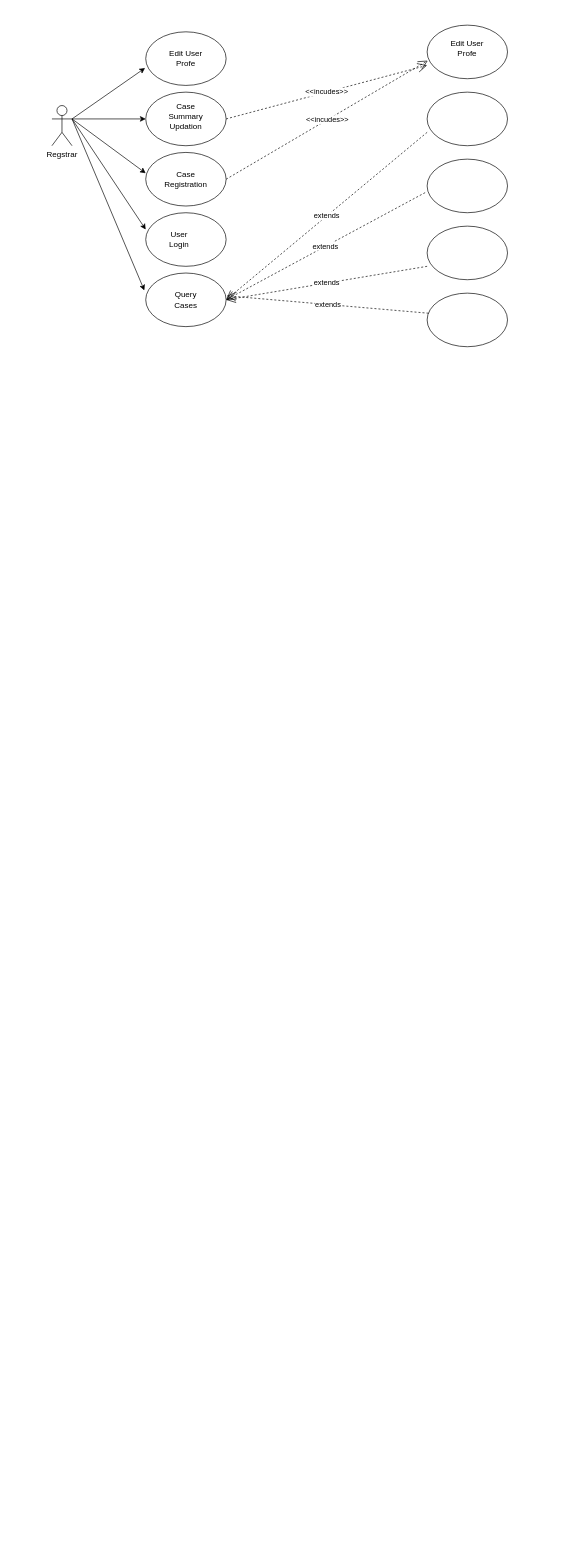
Above: classss.drawio in amRohitKumar/software-lab (draw.io), before the change. Source tidied: cells renumbered, new cells numbered last; positions are measured from the earlier drawing's top-left corner, leaving out a move shared by most shapes. Both pictures are drawn from the tidied source at 67%, with x=0, y=0 at pixel (52, 25).
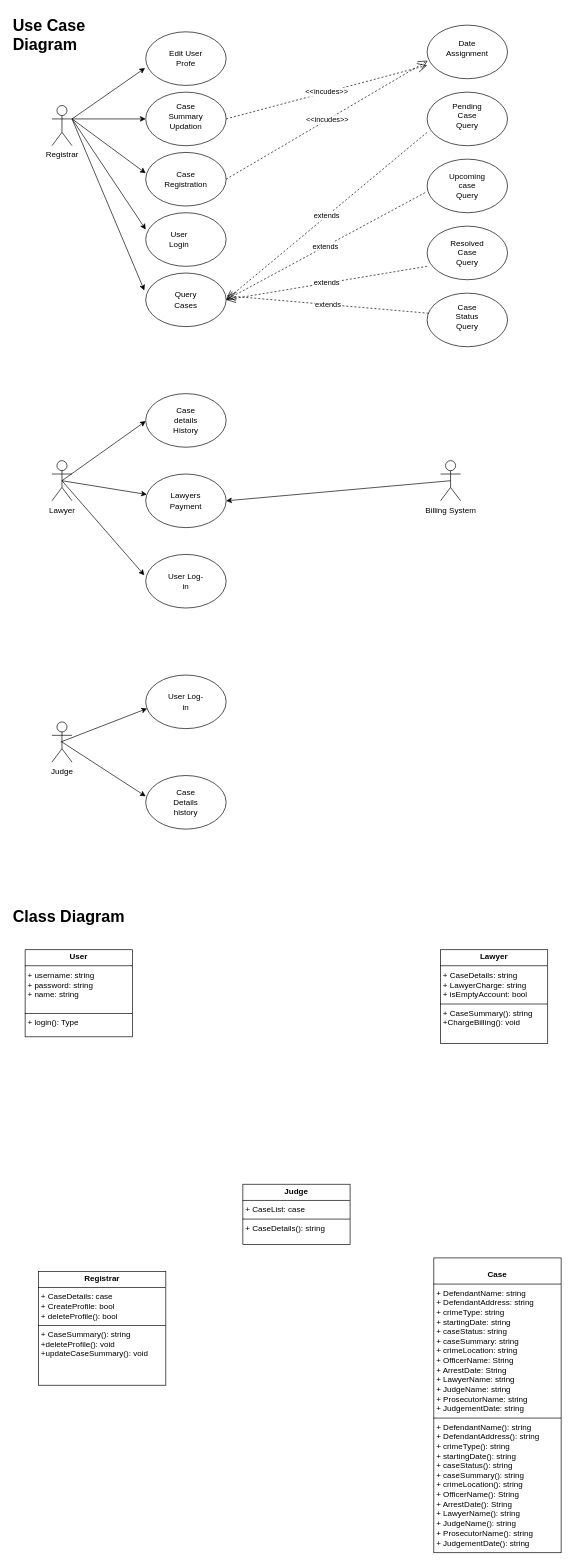
Above is the later version.

The edit, as a diff of the source:
```diff
@@
-    <mxCell id="2" value="Regstrar" style="shape=umlActor;verticalLabelPosition=bottom;verticalAlign=top;html=1;" parent="1" vertex="1">
+    <mxCell id="2" value="Registrar" style="shape=umlActor;verticalLabelPosition=bottom;verticalAlign=top;html=1;" parent="1" vertex="1">
       <mxGeometry y="120" width="30" height="60" as="geometry" />
     </mxCell>
@@
-    <mxCell id="29" value="Edit User&lt;br&gt;Profe" style="text;html=1;align=center;verticalAlign=middle;whiteSpace=wrap;rounded=0;" parent="1" vertex="1">
+    <mxCell id="29" value="Date Assignment" style="text;html=1;align=center;verticalAlign=middle;whiteSpace=wrap;rounded=0;" parent="1" vertex="1">
       <mxGeometry x="590" y="20" width="60" height="30" as="geometry" />
     </mxCell>
+    <mxCell id="30" value="Pending Case Query" style="text;html=1;align=center;verticalAlign=middle;whiteSpace=wrap;rounded=0;" parent="1" vertex="1">
+      <mxGeometry x="590" y="120" width="60" height="30" as="geometry" />
+    </mxCell>
+    <mxCell id="31" value="Upcoming case Query" style="text;html=1;align=center;verticalAlign=middle;whiteSpace=wrap;rounded=0;" parent="1" vertex="1">
+      <mxGeometry x="590" y="225" width="60" height="30" as="geometry" />
+    </mxCell>
+    <mxCell id="32" value="Resolved Case Query" style="text;html=1;align=center;verticalAlign=middle;whiteSpace=wrap;rounded=0;" parent="1" vertex="1">
+      <mxGeometry x="590" y="325" width="60" height="30" as="geometry" />
+    </mxCell>
+    <mxCell id="33" value="Case Status Query" style="text;html=1;align=center;verticalAlign=middle;whiteSpace=wrap;rounded=0;" parent="1" vertex="1">
+      <mxGeometry x="590" y="420" width="60" height="30" as="geometry" />
+    </mxCell>
+    <mxCell id="34" value="Lawyer" style="shape=umlActor;verticalLabelPosition=bottom;verticalAlign=top;html=1;outlineConnect=0;" parent="1" vertex="1">
+      <mxGeometry y="650" width="30" height="60" as="geometry" />
+    </mxCell>
+    <mxCell id="35" style="ellipse;whiteSpace=wrap;html=1;" parent="1" vertex="1">
+      <mxGeometry x="140" y="550" width="120" height="80" as="geometry" />
+    </mxCell>
+    <mxCell id="36" style="ellipse;whiteSpace=wrap;html=1;" parent="1" vertex="1">
+      <mxGeometry x="140" y="670" width="120" height="80" as="geometry" />
+    </mxCell>
+    <mxCell id="37" style="ellipse;whiteSpace=wrap;html=1;" parent="1" vertex="1">
+      <mxGeometry x="140" y="790" width="120" height="80" as="geometry" />
+    </mxCell>
+    <mxCell id="38" value="Billing System" style="shape=umlActor;verticalLabelPosition=bottom;verticalAlign=top;html=1;outlineConnect=0;" parent="1" vertex="1">
+      <mxGeometry x="580" y="650" width="30" height="60" as="geometry" />
+    </mxCell>
+    <mxCell id="39" style="endArrow=classic;html=1;rounded=0;entryX=-0.017;entryY=0.325;entryDx=0;entryDy=0;entryPerimeter=0;exitX=0.5;exitY=0.5;exitDx=0;exitDy=0;exitPerimeter=0;" parent="1" edge="1" source="34">
+      <mxGeometry relative="1" as="geometry">
+        <mxPoint x="140" y="591" as="targetPoint" />
+      </mxGeometry>
+    </mxCell>
+    <mxCell id="40" style="endArrow=classic;html=1;rounded=0;exitX=0.5;exitY=0.5;exitDx=0;exitDy=0;exitPerimeter=0;" parent="1" edge="1" source="34" target="36">
+      <mxGeometry relative="1" as="geometry" />
+    </mxCell>
+    <mxCell id="41" style="endArrow=classic;html=1;rounded=0;entryX=-0.017;entryY=0.388;entryDx=0;entryDy=0;entryPerimeter=0;exitX=0.5;exitY=0.5;exitDx=0;exitDy=0;exitPerimeter=0;" parent="1" edge="1" source="34" target="37">
+      <mxGeometry relative="1" as="geometry" />
+    </mxCell>
+    <mxCell id="42" value="Case details History" style="text;html=1;align=center;verticalAlign=middle;whiteSpace=wrap;rounded=0;" parent="1" vertex="1">
+      <mxGeometry x="170" y="575" width="60" height="30" as="geometry" />
+    </mxCell>
+    <mxCell id="43" value="Lawyers Payment" style="text;html=1;align=center;verticalAlign=middle;whiteSpace=wrap;rounded=0;" parent="1" vertex="1">
+      <mxGeometry x="170" y="695" width="60" height="30" as="geometry" />
+    </mxCell>
+    <mxCell id="44" value="User Log-in" style="text;html=1;align=center;verticalAlign=middle;whiteSpace=wrap;rounded=0;" parent="1" vertex="1">
+      <mxGeometry x="170" y="815" width="60" height="30" as="geometry" />
+    </mxCell>
+    <mxCell id="45" style="endArrow=classic;html=1;rounded=0;entryX=1;entryY=0.5;entryDx=0;entryDy=0;exitX=0.5;exitY=0.5;exitDx=0;exitDy=0;exitPerimeter=0;" parent="1" edge="1" source="38" target="36">
+      <mxGeometry relative="1" as="geometry" />
+    </mxCell>
+    <mxCell id="46" value="Judge" style="shape=umlActor;verticalLabelPosition=bottom;verticalAlign=top;html=1;outlineConnect=0;" parent="1" vertex="1">
+      <mxGeometry y="1040" width="30" height="60" as="geometry" />
+    </mxCell>
+    <mxCell id="47" style="ellipse;whiteSpace=wrap;html=1;" parent="1" vertex="1">
+      <mxGeometry x="140" y="970" width="120" height="80" as="geometry" />
+    </mxCell>
+    <mxCell id="48" style="ellipse;whiteSpace=wrap;html=1;" parent="1" vertex="1">
+      <mxGeometry x="140" y="1120" width="120" height="80" as="geometry" />
+    </mxCell>
+    <mxCell id="49" style="endArrow=classic;html=1;rounded=0;exitX=0.5;exitY=0.5;exitDx=0;exitDy=0;exitPerimeter=0;entryX=0.017;entryY=0.625;entryDx=0;entryDy=0;entryPerimeter=0;" parent="1" edge="1" target="47">
+      <mxGeometry relative="1" as="geometry">
+        <mxPoint x="13" y="1070" as="sourcePoint" />
+      </mxGeometry>
+    </mxCell>
+    <mxCell id="50" style="endArrow=classic;html=1;rounded=0;exitX=0.5;exitY=0.5;exitDx=0;exitDy=0;exitPerimeter=0;entryX=0;entryY=0.388;entryDx=0;entryDy=0;entryPerimeter=0;" parent="1" edge="1" source="46" target="48">
+      <mxGeometry relative="1" as="geometry" />
+    </mxCell>
+    <mxCell id="51" value="User Log-in" style="text;html=1;align=center;verticalAlign=middle;whiteSpace=wrap;rounded=0;" parent="1" vertex="1">
+      <mxGeometry x="170" y="995" width="60" height="30" as="geometry" />
+    </mxCell>
+    <mxCell id="52" value="Case Details history" style="text;html=1;align=center;verticalAlign=middle;whiteSpace=wrap;rounded=0;" parent="1" vertex="1">
+      <mxGeometry x="170" y="1145" width="60" height="30" as="geometry" />
+    </mxCell>
+    <mxCell id="53" value="&lt;h1 style=&quot;margin-top: 0px;&quot;&gt;Use Case Diagram&lt;/h1&gt;" style="text;html=1;whiteSpace=wrap;overflow=hidden;rounded=0;" parent="1" vertex="1">
+      <mxGeometry x="-60" y="-20" width="180" height="120" as="geometry" />
+    </mxCell>
+    <mxCell id="54" value="&lt;h1 style=&quot;margin-top: 0px;&quot;&gt;Class Diagram&lt;/h1&gt;" style="text;html=1;whiteSpace=wrap;overflow=hidden;rounded=0;" parent="1" vertex="1">
+      <mxGeometry x="-60" y="1310" width="180" height="120" as="geometry" />
+    </mxCell>
+    <mxCell id="55" value="&lt;p style=&quot;margin:0px;margin-top:4px;text-align:center;&quot;&gt;&lt;br&gt;&lt;b&gt;Case&lt;/b&gt;&lt;/p&gt;&lt;hr size=&quot;1&quot; style=&quot;border-style:solid;&quot;&gt;&lt;p style=&quot;margin:0px;margin-left:4px;&quot;&gt;+ DefendantName: string&lt;/p&gt;&lt;p style=&quot;margin:0px;margin-left:4px;&quot;&gt;+ DefendantAddress: string&lt;br&gt;&lt;/p&gt;&lt;p style=&quot;margin:0px;margin-left:4px;&quot;&gt;+ crimeType: string&lt;br&gt;&lt;/p&gt;&lt;p style=&quot;margin:0px;margin-left:4px;&quot;&gt;+ startingDate: string&lt;br&gt;&lt;/p&gt;&lt;p style=&quot;margin:0px;margin-left:4px;&quot;&gt;+ caseStatus: string&lt;br&gt;&lt;/p&gt;&lt;p style=&quot;margin:0px;margin-left:4px;&quot;&gt;+ caseSummary: string&lt;br&gt;&lt;/p&gt;&lt;p style=&quot;margin:0px;margin-left:4px;&quot;&gt;+ crimeLocation: string&lt;br&gt;&lt;/p&gt;&lt;p style=&quot;margin:0px;margin-left:4px;&quot;&gt;+ OfficerName: String&lt;br&gt;&lt;/p&gt;&lt;p style=&quot;margin:0px;margin-left:4px;&quot;&gt;+ ArrestDate: String&lt;br&gt;&lt;/p&gt;&lt;p style=&quot;margin:0px;margin-left:4px;&quot;&gt;+ LawyerName: string&lt;br&gt;&lt;/p&gt;&lt;p style=&quot;margin:0px;margin-left:4px;&quot;&gt;+ JudgeName: string&lt;br&gt;&lt;/p&gt;&lt;p style=&quot;margin:0px;margin-left:4px;&quot;&gt;+ ProsecutorName: string&lt;br&gt;&lt;/p&gt;&lt;p style=&quot;margin:0px;margin-left:4px;&quot;&gt;+ JudgementDate: string&lt;/p&gt;&lt;hr size=&quot;1&quot; style=&quot;border-style:solid;&quot;&gt;&lt;p style=&quot;margin: 0px 0px 0px 4px;&quot;&gt;+ DefendantName(): string&lt;/p&gt;&lt;p style=&quot;margin: 0px 0px 0px 4px;&quot;&gt;+ DefendantAddress(): string&lt;br&gt;&lt;/p&gt;&lt;p style=&quot;margin: 0px 0px 0px 4px;&quot;&gt;+ crimeType(): string&lt;br&gt;&lt;/p&gt;&lt;p style=&quot;margin: 0px 0px 0px 4px;&quot;&gt;+ startingDate(): string&lt;br&gt;&lt;/p&gt;&lt;p style=&quot;margin: 0px 0px 0px 4px;&quot;&gt;+ caseStatus(): string&lt;br&gt;&lt;/p&gt;&lt;p style=&quot;margin: 0px 0px 0px 4px;&quot;&gt;+ caseSummary(): string&lt;br&gt;&lt;/p&gt;&lt;p style=&quot;margin: 0px 0px 0px 4px;&quot;&gt;+ crimeLocation(): string&lt;br&gt;&lt;/p&gt;&lt;p style=&quot;margin: 0px 0px 0px 4px;&quot;&gt;+ OfficerName(): String&lt;br&gt;&lt;/p&gt;&lt;p style=&quot;margin: 0px 0px 0px 4px;&quot;&gt;+ ArrestDate(): String&lt;br&gt;&lt;/p&gt;&lt;p style=&quot;margin: 0px 0px 0px 4px;&quot;&gt;+ LawyerName(): string&lt;br&gt;&lt;/p&gt;&lt;p style=&quot;margin: 0px 0px 0px 4px;&quot;&gt;+ JudgeName(): string&lt;br&gt;&lt;/p&gt;&lt;p style=&quot;margin: 0px 0px 0px 4px;&quot;&gt;+ ProsecutorName(): string&lt;br&gt;&lt;/p&gt;&lt;p style=&quot;margin: 0px 0px 0px 4px;&quot;&gt;+ JudgementDate(): string&lt;/p&gt;&lt;div&gt;&lt;br&gt;&lt;/div&gt;" style="verticalAlign=top;align=left;overflow=fill;html=1;whiteSpace=wrap;" parent="1" vertex="1">
+      <mxGeometry x="570" y="1840" width="190" height="440" as="geometry" />
+    </mxCell>
+    <mxCell id="56" value="&lt;p style=&quot;margin:0px;margin-top:4px;text-align:center;&quot;&gt;&lt;b&gt;Judge&lt;/b&gt;&lt;/p&gt;&lt;hr size=&quot;1&quot; style=&quot;border-style:solid;&quot;&gt;&lt;p style=&quot;margin:0px;margin-left:4px;&quot;&gt;+ CaseList: case&lt;/p&gt;&lt;hr size=&quot;1&quot; style=&quot;border-style:solid;&quot;&gt;&lt;p style=&quot;margin:0px;margin-left:4px;&quot;&gt;+ CaseDetails(): string&lt;/p&gt;&lt;p style=&quot;margin:0px;margin-left:4px;&quot;&gt;&lt;br&gt;&lt;/p&gt;" style="verticalAlign=top;align=left;overflow=fill;html=1;whiteSpace=wrap;" parent="1" vertex="1">
+      <mxGeometry x="285" y="1730" width="160" height="90" as="geometry" />
+    </mxCell>
+    <mxCell id="57" value="&lt;p style=&quot;margin:0px;margin-top:4px;text-align:center;&quot;&gt;&lt;b&gt;User&lt;/b&gt;&lt;/p&gt;&lt;hr size=&quot;1&quot; style=&quot;border-style:solid;&quot;&gt;&lt;p style=&quot;margin:0px;margin-left:4px;&quot;&gt;+ username: string&lt;/p&gt;&lt;p style=&quot;margin:0px;margin-left:4px;&quot;&gt;+ password: string&lt;br&gt;&lt;/p&gt;&lt;p style=&quot;margin:0px;margin-left:4px;&quot;&gt;+ name: string&lt;br&gt;&lt;/p&gt;&lt;p style=&quot;margin:0px;margin-left:4px;&quot;&gt;&lt;br&gt;&lt;/p&gt;&lt;hr size=&quot;1&quot; style=&quot;border-style:solid;&quot;&gt;&lt;p style=&quot;margin:0px;margin-left:4px;&quot;&gt;+ login(): Type&lt;/p&gt;" style="verticalAlign=top;align=left;overflow=fill;html=1;whiteSpace=wrap;" parent="1" vertex="1">
+      <mxGeometry x="-40" y="1380" width="160" height="130" as="geometry" />
+    </mxCell>
+    <mxCell id="58" value="&lt;p style=&quot;margin:0px;margin-top:4px;text-align:center;&quot;&gt;&lt;b&gt;Lawyer&lt;/b&gt;&lt;/p&gt;&lt;hr size=&quot;1&quot; style=&quot;border-style:solid;&quot;&gt;&lt;p style=&quot;margin:0px;margin-left:4px;&quot;&gt;+ CaseDetails: string&lt;/p&gt;&lt;p style=&quot;margin:0px;margin-left:4px;&quot;&gt;+ LawyerCharge: string&lt;br&gt;&lt;/p&gt;&lt;p style=&quot;margin:0px;margin-left:4px;&quot;&gt;+ isEmptyAccount: bool&lt;br&gt;&lt;/p&gt;&lt;hr size=&quot;1&quot; style=&quot;border-style:solid;&quot;&gt;&lt;p style=&quot;margin:0px;margin-left:4px;&quot;&gt;+ CaseSummary(): string&lt;/p&gt;&lt;p style=&quot;margin:0px;margin-left:4px;&quot;&gt;+ChargeBilling(): void&lt;/p&gt;" style="verticalAlign=top;align=left;overflow=fill;html=1;whiteSpace=wrap;" parent="1" vertex="1">
+      <mxGeometry x="580" y="1380" width="160" height="140" as="geometry" />
+    </mxCell>
+    <mxCell id="59" value="&lt;p style=&quot;margin:0px;margin-top:4px;text-align:center;&quot;&gt;&lt;b&gt;Registrar&lt;/b&gt;&lt;/p&gt;&lt;hr size=&quot;1&quot; style=&quot;border-style:solid;&quot;&gt;&lt;p style=&quot;margin:0px;margin-left:4px;&quot;&gt;+ CaseDetails: case&lt;/p&gt;&lt;p style=&quot;margin:0px;margin-left:4px;&quot;&gt;+ CreateProfile: bool&lt;br&gt;&lt;/p&gt;&lt;p style=&quot;margin:0px;margin-left:4px;&quot;&gt;+ deleteProfile(): bool&lt;br&gt;&lt;/p&gt;&lt;hr size=&quot;1&quot; style=&quot;border-style:solid;&quot;&gt;&lt;p style=&quot;margin:0px;margin-left:4px;&quot;&gt;+ CaseSummary(): string&lt;/p&gt;&lt;p style=&quot;margin:0px;margin-left:4px;&quot;&gt;+deleteProfile(): void&lt;/p&gt;&lt;p style=&quot;margin:0px;margin-left:4px;&quot;&gt;+updateCaseSummary(): void&lt;br&gt;&lt;/p&gt;" style="verticalAlign=top;align=left;overflow=fill;html=1;whiteSpace=wrap;" parent="1" vertex="1">
+      <mxGeometry x="-20" y="1860" width="190" height="170" as="geometry" />
+    </mxCell>
```
